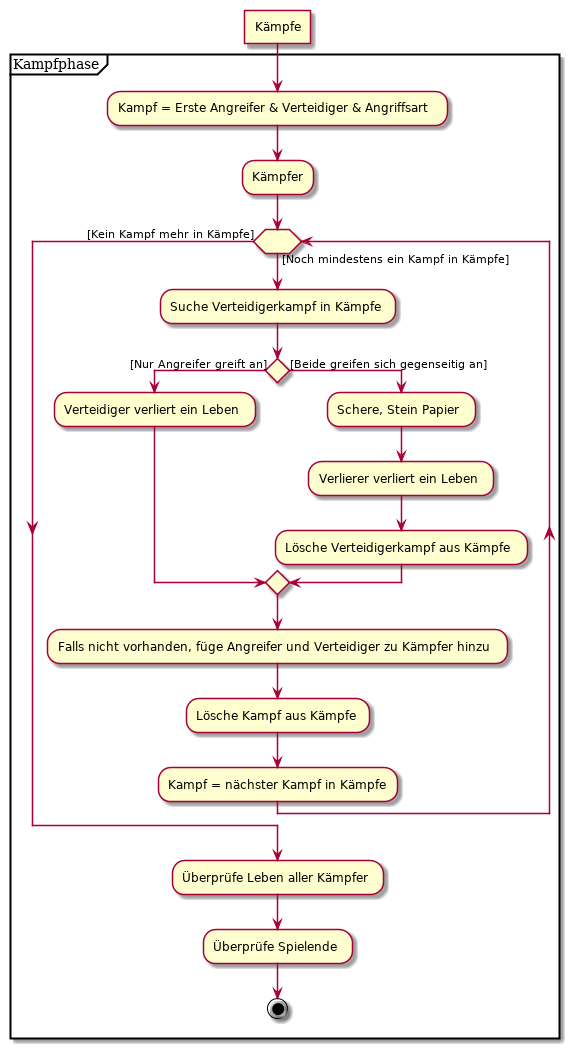
The PlantUML diagram Design/OOA/Diagramme/Kampfphase.png in Vitja21/SE1PUE3, before a commit. Source of this version:
```plantuml
@startuml
:Kämpfe]
partition "Kampfphase" {
    :Kampf = Erste Angreifer & Verteidiger & Angriffsart;
    :Kämpfer;
    while ( ) is ([Noch mindestens ein Kampf in Kämpfe])
        :Suche Verteidigerkampf in Kämpfe;
        if () then ([Nur Angreifer greift an])
            :Verteidiger verliert ein Leben;
        else ([Beide greifen sich gegenseitig an])
            :Schere, Stein Papier;
            :Verlierer verliert ein Leben;
            :Lösche Verteidigerkampf aus Kämpfe;
        endif
        :Falls nicht vorhanden, füge Angreifer und Verteidiger zu Kämpfer hinzu;
        :Lösche Kampf aus Kämpfe;
        :Kampf = nächster Kampf in Kämpfe;
    endwhile ([Kein Kampf mehr in Kämpfe])
    :Überprüfe Leben aller Kämpfer;
    :Überprüfe Spielende;

    stop
}
@enduml
```
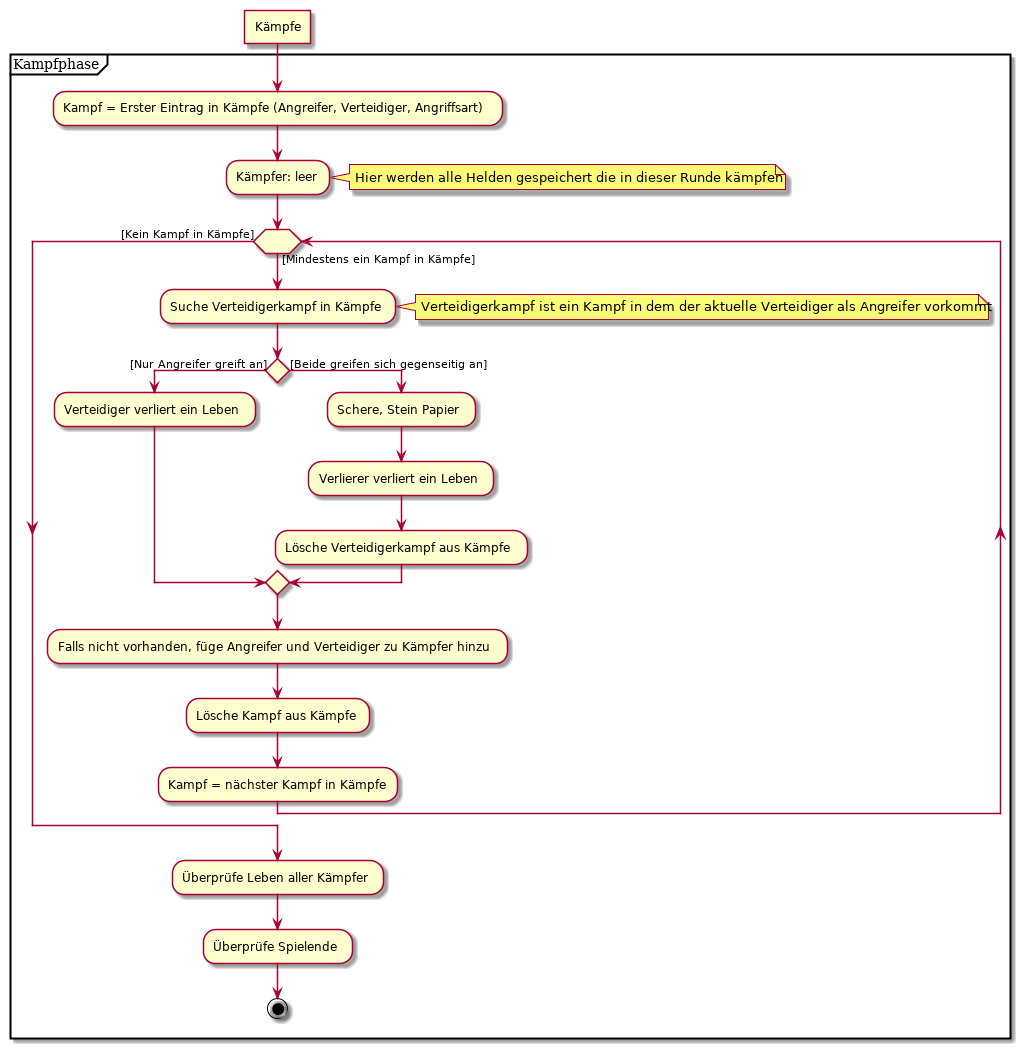
After the commit.

Commit message:
Erklärung zu Kämpfer und Verteidigerkampf

The edit, as a diff of the source:
```diff
@@ -1,10 +1,12 @@
 @startuml
 :Kämpfe]
 partition "Kampfphase" {
-    :Kampf = Erste Angreifer & Verteidiger & Angriffsart;
-    :Kämpfer;
-    while ( ) is ([Noch mindestens ein Kampf in Kämpfe])
+    :Kampf = Erster Eintrag in Kämpfe (Angreifer, Verteidiger, Angriffsart);
+    :Kämpfer: leer;
+    note right: Hier werden alle Helden gespeichert die in dieser Runde kämpfen
+    while ( ) is ([Mindestens ein Kampf in Kämpfe])
         :Suche Verteidigerkampf in Kämpfe;
+        note right: Verteidigerkampf ist ein Kampf in dem der aktuelle Verteidiger als Angreifer vorkommt
         if () then ([Nur Angreifer greift an])
             :Verteidiger verliert ein Leben;
         else ([Beide greifen sich gegenseitig an])
@@ -15,7 +17,7 @@
         :Falls nicht vorhanden, füge Angreifer und Verteidiger zu Kämpfer hinzu;
         :Lösche Kampf aus Kämpfe;
         :Kampf = nächster Kampf in Kämpfe;
-    endwhile ([Kein Kampf mehr in Kämpfe])
+    endwhile ([Kein Kampf in Kämpfe])
     :Überprüfe Leben aller Kämpfer;
     :Überprüfe Spielende;
 
```
